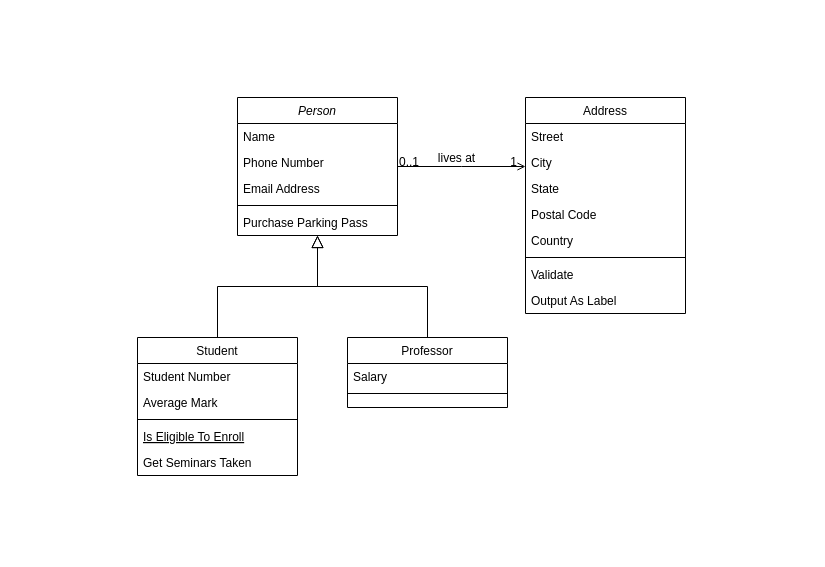
The draw.io diagram src/Untitled Diagram.drawio in Brian-T-Horner/CS5010-Assignment4, before the edit. Source tidied: cells renumbered, new cells numbered last; positions are measured from the earlier drawing's top-left corner, leaving out a move shared by most shapes. Both pictures are drawn from the tidied source at 100%, with x=0, y=0 at pixel (137, 97).
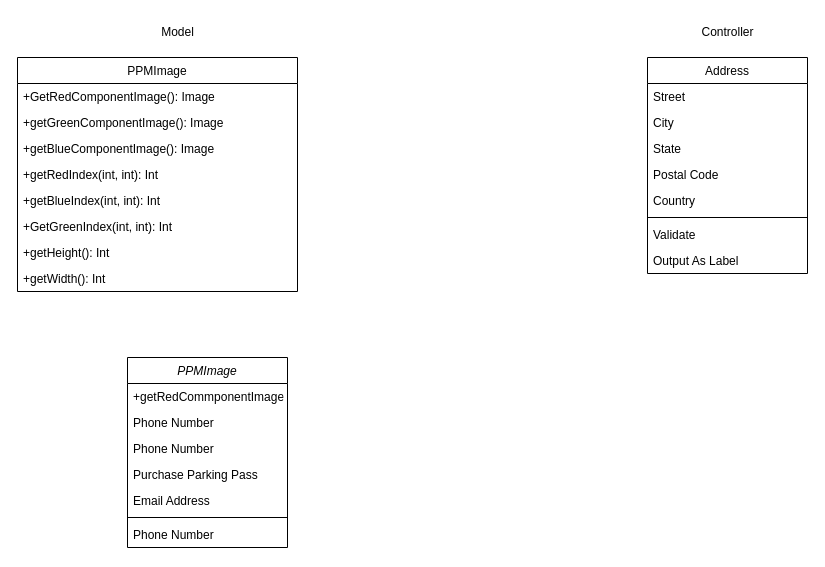
Above is the later version.

What changed in the source:
```diff
@@
-    <mxCell id="2" value="Person" style="swimlane;fontStyle=2;align=center;verticalAlign=top;horizontal=1;startSize=26;rounded=0;shadow=0;strokeWidth=1;" parent="1" vertex="1">
-      <mxGeometry x="100" width="160" height="138" as="geometry" />
+    <mxCell id="2" value="PPMImage" style="swimlane;fontStyle=2;align=center;verticalAlign=top;horizontal=1;startSize=26;rounded=0;shadow=0;strokeWidth=1;" parent="1" vertex="1">
+      <mxGeometry x="-10" y="260" width="160" height="190" as="geometry" />
     </mxCell>
-    <mxCell id="3" value="Name" style="text;align=left;verticalAlign=top;spacingLeft=4;spacingRight=4;overflow=hidden;" parent="2" vertex="1">
+    <mxCell id="3" value="+getRedCommponentImage" style="text;align=left;verticalAlign=top;spacingLeft=4;spacingRight=4;overflow=hidden;" parent="2" vertex="1">
       <mxGeometry y="26" width="160" height="26" as="geometry" />
     </mxCell>
+    <mxCell id="32" value="Phone Number" style="text;align=left;verticalAlign=top;spacingLeft=4;spacingRight=4;overflow=hidden;rounded=0;shadow=0;html=0;" parent="2" vertex="1">
+      <mxGeometry y="52" width="160" height="26" as="geometry" />
+    </mxCell>
     <mxCell id="4" value="Phone Number" style="text;align=left;verticalAlign=top;spacingLeft=4;spacingRight=4;overflow=hidden;rounded=0;shadow=0;html=0;" parent="2" vertex="1">
-      <mxGeometry y="52" width="160" height="26" as="geometry" />
+      <mxGeometry y="78" width="160" height="26" as="geometry" />
     </mxCell>
+    <mxCell id="7" value="Purchase Parking Pass" style="text;align=left;verticalAlign=top;spacingLeft=4;spacingRight=4;overflow=hidden;" parent="2" vertex="1">
+      <mxGeometry y="104" width="160" height="26" as="geometry" />
+    </mxCell>
     <mxCell id="5" value="Email Address" style="text;align=left;verticalAlign=top;spacingLeft=4;spacingRight=4;overflow=hidden;rounded=0;shadow=0;html=0;" parent="2" vertex="1">
-      <mxGeometry y="78" width="160" height="26" as="geometry" />
+      <mxGeometry y="130" width="160" height="26" as="geometry" />
     </mxCell>
     <mxCell id="6" style="line;html=1;strokeWidth=1;align=left;verticalAlign=middle;spacingTop=-1;spacingLeft=3;spacingRight=3;labelPosition=right;" parent="2" vertex="1">
-      <mxGeometry y="104" width="160" height="8" as="geometry" />
+      <mxGeometry y="156" width="160" height="8" as="geometry" />
     </mxCell>
-    <mxCell id="7" value="Purchase Parking Pass" style="text;align=left;verticalAlign=top;spacingLeft=4;spacingRight=4;overflow=hidden;" parent="2" vertex="1">
-      <mxGeometry y="112" width="160" height="26" as="geometry" />
-    </mxCell>
-    <mxCell id="8" value="Student" style="swimlane;fontStyle=0;align=center;verticalAlign=top;horizontal=1;startSize=26;rounded=0;shadow=0;strokeWidth=1;" parent="1" vertex="1">
-      <mxGeometry y="240" width="160" height="138" as="geometry" />
-    </mxCell>
-    <mxCell id="9" value="Student Number" style="text;align=left;verticalAlign=top;spacingLeft=4;spacingRight=4;overflow=hidden;" parent="8" vertex="1">
-      <mxGeometry y="26" width="160" height="26" as="geometry" />
-    </mxCell>
-    <mxCell id="10" value="Average Mark" style="text;align=left;verticalAlign=top;spacingLeft=4;spacingRight=4;overflow=hidden;rounded=0;shadow=0;html=0;" parent="8" vertex="1">
-      <mxGeometry y="52" width="160" height="26" as="geometry" />
-    </mxCell>
-    <mxCell id="11" style="line;html=1;strokeWidth=1;align=left;verticalAlign=middle;spacingTop=-1;spacingLeft=3;spacingRight=3;labelPosition=right;" parent="8" vertex="1">
-      <mxGeometry y="78" width="160" height="8" as="geometry" />
-    </mxCell>
-    <mxCell id="12" value="Is Eligible To Enroll" style="text;align=left;verticalAlign=top;spacingLeft=4;spacingRight=4;overflow=hidden;fontStyle=4;" parent="8" vertex="1">
-      <mxGeometry y="86" width="160" height="26" as="geometry" />
-    </mxCell>
-    <mxCell id="13" value="Get Seminars Taken" style="text;align=left;verticalAlign=top;spacingLeft=4;spacingRight=4;overflow=hidden;" parent="8" vertex="1">
-      <mxGeometry y="112" width="160" height="26" as="geometry" />
-    </mxCell>
-    <mxCell id="14" style="endArrow=block;endSize=10;endFill=0;shadow=0;strokeWidth=1;rounded=0;edgeStyle=elbowEdgeStyle;elbow=vertical;" parent="1" edge="1" source="8" target="2">
-      <mxGeometry relative="1" as="geometry" />
-    </mxCell>
-    <mxCell id="15" value="Professor" style="swimlane;fontStyle=0;align=center;verticalAlign=top;horizontal=1;startSize=26;rounded=0;shadow=0;strokeWidth=1;" parent="1" vertex="1">
-      <mxGeometry x="210" y="240" width="160" height="70" as="geometry" />
-    </mxCell>
-    <mxCell id="16" value="Salary" style="text;align=left;verticalAlign=top;spacingLeft=4;spacingRight=4;overflow=hidden;" parent="15" vertex="1">
-      <mxGeometry y="26" width="160" height="26" as="geometry" />
-    </mxCell>
-    <mxCell id="17" style="line;html=1;strokeWidth=1;align=left;verticalAlign=middle;spacingTop=-1;spacingLeft=3;spacingRight=3;labelPosition=right;" parent="15" vertex="1">
-      <mxGeometry y="52" width="160" height="8" as="geometry" />
-    </mxCell>
-    <mxCell id="18" style="endArrow=block;endSize=10;endFill=0;shadow=0;strokeWidth=1;rounded=0;edgeStyle=elbowEdgeStyle;elbow=vertical;" parent="1" edge="1" source="15" target="2">
-      <mxGeometry relative="1" as="geometry" />
-    </mxCell>
+    <mxCell id="33" value="Phone Number" style="text;align=left;verticalAlign=top;spacingLeft=4;spacingRight=4;overflow=hidden;rounded=0;shadow=0;html=0;" parent="2" vertex="1">
+      <mxGeometry y="164" width="160" height="26" as="geometry" />
+    </mxCell>
     <mxCell id="19" value="Address" style="swimlane;fontStyle=0;align=center;verticalAlign=top;horizontal=1;startSize=26;rounded=0;shadow=0;strokeWidth=1;" parent="1" vertex="1">
-      <mxGeometry x="388" width="160" height="216" as="geometry" />
+      <mxGeometry x="510" y="-40" width="160" height="216" as="geometry" />
     </mxCell>
@@
-    <mxCell id="28" style="endArrow=open;shadow=0;strokeWidth=1;rounded=0;endFill=1;edgeStyle=elbowEdgeStyle;elbow=vertical;" parent="1" edge="1" source="2" target="19">
-      <mxGeometry x="0.5" y="41" relative="1" as="geometry">
-        <mxPoint x="-40" y="32" as="offset" />
-      </mxGeometry>
-    </mxCell>
-    <mxCell id="29" value="0..1" style="align=left;verticalAlign=bottom;labelBackgroundColor=none;fontSize=12;" parent="28" vertex="1">
-      <mxGeometry x="-1" relative="1" as="geometry">
-        <mxPoint y="4" as="offset" />
-      </mxGeometry>
-    </mxCell>
-    <mxCell id="30" value="1" style="align=right;verticalAlign=bottom;labelBackgroundColor=none;fontSize=12;" parent="28" vertex="1">
-      <mxGeometry x="1" relative="1" as="geometry">
-        <mxPoint x="-7" y="4" as="offset" />
-      </mxGeometry>
-    </mxCell>
-    <mxCell id="31" value="lives at" style="text;html=1;align=center;verticalAlign=middle;labelBackgroundColor=none;rounded=0;shadow=0;strokeWidth=1;fontSize=12;" parent="28" vertex="1">
-      <mxGeometry x="0.5" y="49" relative="1" as="geometry">
-        <mxPoint x="-38" y="40" as="offset" />
-      </mxGeometry>
-    </mxCell>
+    <mxCell id="34" value="Model" style="text;html=1;align=center;verticalAlign=middle;strokeColor=none;fillColor=none;" parent="1" vertex="1">
+      <mxGeometry x="10" y="-80" width="60" height="30" as="geometry" />
+    </mxCell>
+    <mxCell id="35" value="Controller" style="text;html=1;align=center;verticalAlign=middle;strokeColor=none;fillColor=none;" parent="1" vertex="1">
+      <mxGeometry x="550" y="-80" width="80" height="30" as="geometry" />
+    </mxCell>
+    <mxCell id="36" value="PPMImage" style="swimlane;fontStyle=0;align=center;verticalAlign=top;horizontal=1;startSize=26;rounded=0;shadow=0;strokeWidth=1;" parent="1" vertex="1">
+      <mxGeometry x="-120" y="-40" width="280" height="234" as="geometry" />
+    </mxCell>
+    <mxCell id="37" value="+GetRedComponentImage(): Image" style="text;align=left;verticalAlign=top;spacingLeft=4;spacingRight=4;overflow=hidden;" parent="36" vertex="1">
+      <mxGeometry y="26" width="280" height="26" as="geometry" />
+    </mxCell>
+    <mxCell id="38" value="+getGreenComponentImage(): Image" style="text;align=left;verticalAlign=top;spacingLeft=4;spacingRight=4;overflow=hidden;rounded=0;shadow=0;html=0;" parent="36" vertex="1">
+      <mxGeometry y="52" width="280" height="26" as="geometry" />
+    </mxCell>
+    <mxCell id="39" value="+getBlueComponentImage(): Image" style="text;align=left;verticalAlign=top;spacingLeft=4;spacingRight=4;overflow=hidden;rounded=0;shadow=0;html=0;" parent="36" vertex="1">
+      <mxGeometry y="78" width="280" height="26" as="geometry" />
+    </mxCell>
+    <mxCell id="40" value="+getRedIndex(int, int): Int" style="text;align=left;verticalAlign=top;spacingLeft=4;spacingRight=4;overflow=hidden;rounded=0;shadow=0;html=0;" parent="36" vertex="1">
+      <mxGeometry y="104" width="280" height="26" as="geometry" />
+    </mxCell>
+    <mxCell id="41" value="+getBlueIndex(int, int): Int" style="text;align=left;verticalAlign=top;spacingLeft=4;spacingRight=4;overflow=hidden;rounded=0;shadow=0;html=0;" parent="36" vertex="1">
+      <mxGeometry y="130" width="280" height="26" as="geometry" />
+    </mxCell>
+    <mxCell id="42" value="+GetGreenIndex(int, int): Int" style="text;align=left;verticalAlign=top;spacingLeft=4;spacingRight=4;overflow=hidden;rounded=0;shadow=0;html=0;" parent="36" vertex="1">
+      <mxGeometry y="156" width="280" height="26" as="geometry" />
+    </mxCell>
+    <mxCell id="43" value="+getHeight(): Int" style="text;align=left;verticalAlign=top;spacingLeft=4;spacingRight=4;overflow=hidden;rounded=0;shadow=0;html=0;" parent="36" vertex="1">
+      <mxGeometry y="182" width="280" height="26" as="geometry" />
+    </mxCell>
+    <mxCell id="44" value="+getWidth(): Int" style="text;align=left;verticalAlign=top;spacingLeft=4;spacingRight=4;overflow=hidden;rounded=0;shadow=0;html=0;" parent="36" vertex="1">
+      <mxGeometry y="208" width="280" height="26" as="geometry" />
+    </mxCell>
```
